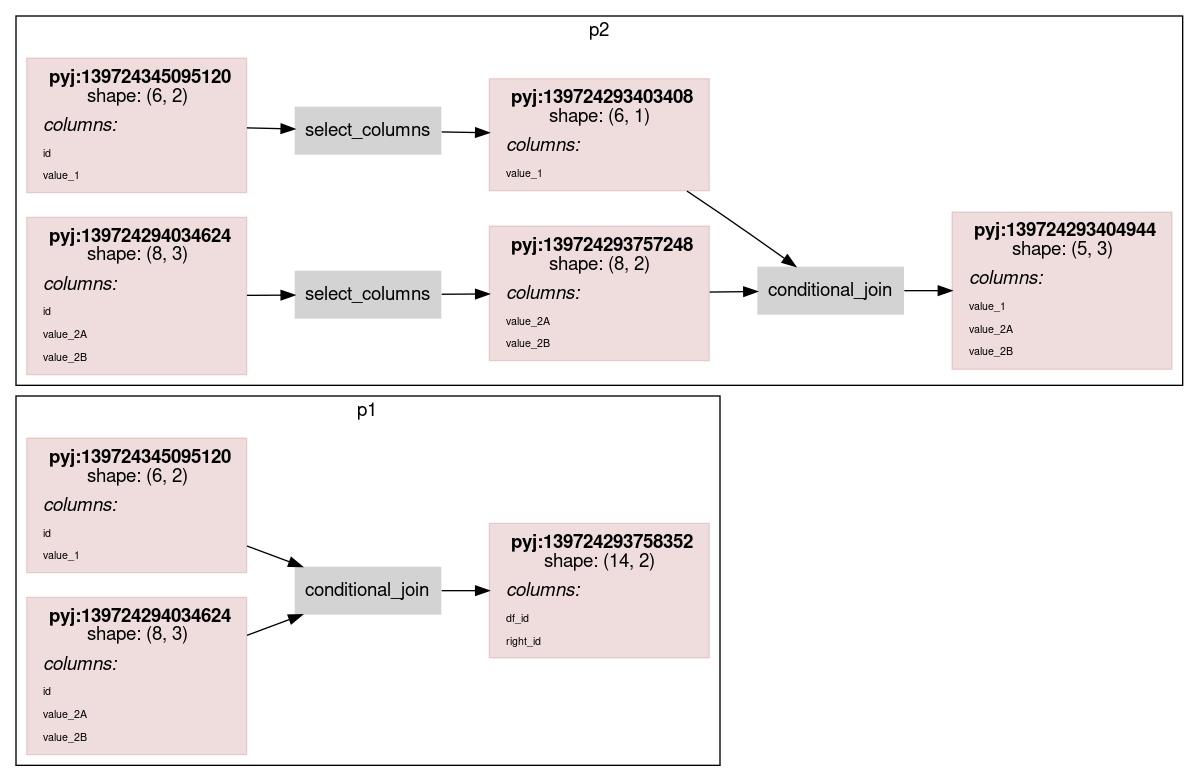
asmirnov69/pyjviz-poc keeps this Graphviz diagram as scripts/rdflog/conditional_join_w_cmp.ttl.dot.png. Above is the earlier version. Its source is kept beside it as scripts/rdflog/conditional_join_w_cmp.ttl.dot.
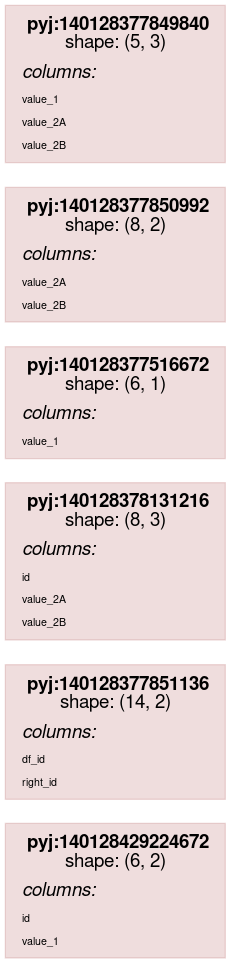
The same file after the commit.

What changed in the source:
```diff
@@ -14,7 +14,7 @@
                 color="#88000022"
                 shape = rect
                 label = <<table border="0" cellborder="0" cellspacing="0" cellpadding="4">
-                         <tr> <td> <b>pyj:139724345095120</b><br/>shape: (6, 2)</td> </tr>
+                         <tr> <td> <b>pyj:140128429224672</b><br/>shape: (6, 2)</td> </tr>
                          <tr> <td align="left"><i>columns:</i><br align="left"/></td></tr>
                 <tr><td align="left"><FONT POINT-SIZE="8px">id</FONT></td></tr>
 <tr><td align="left"><FONT POINT-SIZE="8px">value_1</FONT></td></tr>
@@ -24,7 +24,7 @@
                 color="#88000022"
                 shape = rect
                 label = <<table border="0" cellborder="0" cellspacing="0" cellpadding="4">
-                         <tr> <td> <b>pyj:139724293758352</b><br/>shape: (14, 2)</td> </tr>
+                         <tr> <td> <b>pyj:140128377851136</b><br/>shape: (14, 2)</td> </tr>
                          <tr> <td align="left"><i>columns:</i><br align="left"/></td></tr>
                 <tr><td align="left"><FONT POINT-SIZE="8px">df_id</FONT></td></tr>
 <tr><td align="left"><FONT POINT-SIZE="8px">right_id</FONT></td></tr>
@@ -34,82 +34,44 @@
                 color="#88000022"
                 shape = rect
                 label = <<table border="0" cellborder="0" cellspacing="0" cellpadding="4">
-                         <tr> <td> <b>pyj:139724294034624</b><br/>shape: (8, 3)</td> </tr>
+                         <tr> <td> <b>pyj:140128378131216</b><br/>shape: (8, 3)</td> </tr>
                          <tr> <td align="left"><i>columns:</i><br align="left"/></td></tr>
                 <tr><td align="left"><FONT POINT-SIZE="8px">id</FONT></td></tr>
 <tr><td align="left"><FONT POINT-SIZE="8px">value_2A</FONT></td></tr>
 <tr><td align="left"><FONT POINT-SIZE="8px">value_2B</FONT></td></tr>
                          </table>>
                 ];
-node0_3 [ label = "conditional_join" ];
-subgraph cluster_0 {
-label = "p1";
-node0_0 -> node0_3;
-node0_2 -> node0_3;
-node0_3 -> node0_1;
-}
-node1_0 [
+node0_3 [
                 color="#88000022"
                 shape = rect
                 label = <<table border="0" cellborder="0" cellspacing="0" cellpadding="4">
-                         <tr> <td> <b>pyj:139724345095120</b><br/>shape: (6, 2)</td> </tr>
-                         <tr> <td align="left"><i>columns:</i><br align="left"/></td></tr>
-                <tr><td align="left"><FONT POINT-SIZE="8px">id</FONT></td></tr>
-<tr><td align="left"><FONT POINT-SIZE="8px">value_1</FONT></td></tr>
-                         </table>>
-                ];
-node1_1 [
-                color="#88000022"
-                shape = rect
-                label = <<table border="0" cellborder="0" cellspacing="0" cellpadding="4">
-                         <tr> <td> <b>pyj:139724294034624</b><br/>shape: (8, 3)</td> </tr>
-                         <tr> <td align="left"><i>columns:</i><br align="left"/></td></tr>
-                <tr><td align="left"><FONT POINT-SIZE="8px">id</FONT></td></tr>
-<tr><td align="left"><FONT POINT-SIZE="8px">value_2A</FONT></td></tr>
-<tr><td align="left"><FONT POINT-SIZE="8px">value_2B</FONT></td></tr>
-                         </table>>
-                ];
-node1_2 [
-                color="#88000022"
-                shape = rect
-                label = <<table border="0" cellborder="0" cellspacing="0" cellpadding="4">
-                         <tr> <td> <b>pyj:139724293403408</b><br/>shape: (6, 1)</td> </tr>
+                         <tr> <td> <b>pyj:140128377516672</b><br/>shape: (6, 1)</td> </tr>
                          <tr> <td align="left"><i>columns:</i><br align="left"/></td></tr>
                 <tr><td align="left"><FONT POINT-SIZE="8px">value_1</FONT></td></tr>
                          </table>>
                 ];
-node1_3 [
+node0_4 [
                 color="#88000022"
                 shape = rect
                 label = <<table border="0" cellborder="0" cellspacing="0" cellpadding="4">
-                         <tr> <td> <b>pyj:139724293757248</b><br/>shape: (8, 2)</td> </tr>
+                         <tr> <td> <b>pyj:140128377850992</b><br/>shape: (8, 2)</td> </tr>
                          <tr> <td align="left"><i>columns:</i><br align="left"/></td></tr>
                 <tr><td align="left"><FONT POINT-SIZE="8px">value_2A</FONT></td></tr>
 <tr><td align="left"><FONT POINT-SIZE="8px">value_2B</FONT></td></tr>
                          </table>>
                 ];
-node1_4 [
+node0_5 [
                 color="#88000022"
                 shape = rect
                 label = <<table border="0" cellborder="0" cellspacing="0" cellpadding="4">
-                         <tr> <td> <b>pyj:139724293404944</b><br/>shape: (5, 3)</td> </tr>
+                         <tr> <td> <b>pyj:140128377849840</b><br/>shape: (5, 3)</td> </tr>
                          <tr> <td align="left"><i>columns:</i><br align="left"/></td></tr>
                 <tr><td align="left"><FONT POINT-SIZE="8px">value_1</FONT></td></tr>
 <tr><td align="left"><FONT POINT-SIZE="8px">value_2A</FONT></td></tr>
 <tr><td align="left"><FONT POINT-SIZE="8px">value_2B</FONT></td></tr>
                          </table>>
                 ];
-node1_5 [ label = "select_columns" ];
-node1_6 [ label = "select_columns" ];
-node1_7 [ label = "conditional_join" ];
-subgraph cluster_1 {
-label = "p2";
-node1_0 -> node1_5;
-node1_2 -> node1_7;
-node1_1 -> node1_6;
-node1_3 -> node1_7;
-node1_5 -> node1_2;
-node1_6 -> node1_3;
-node1_7 -> node1_4;
+subgraph cluster_0 {
+label = "None";
 }
 }
```
